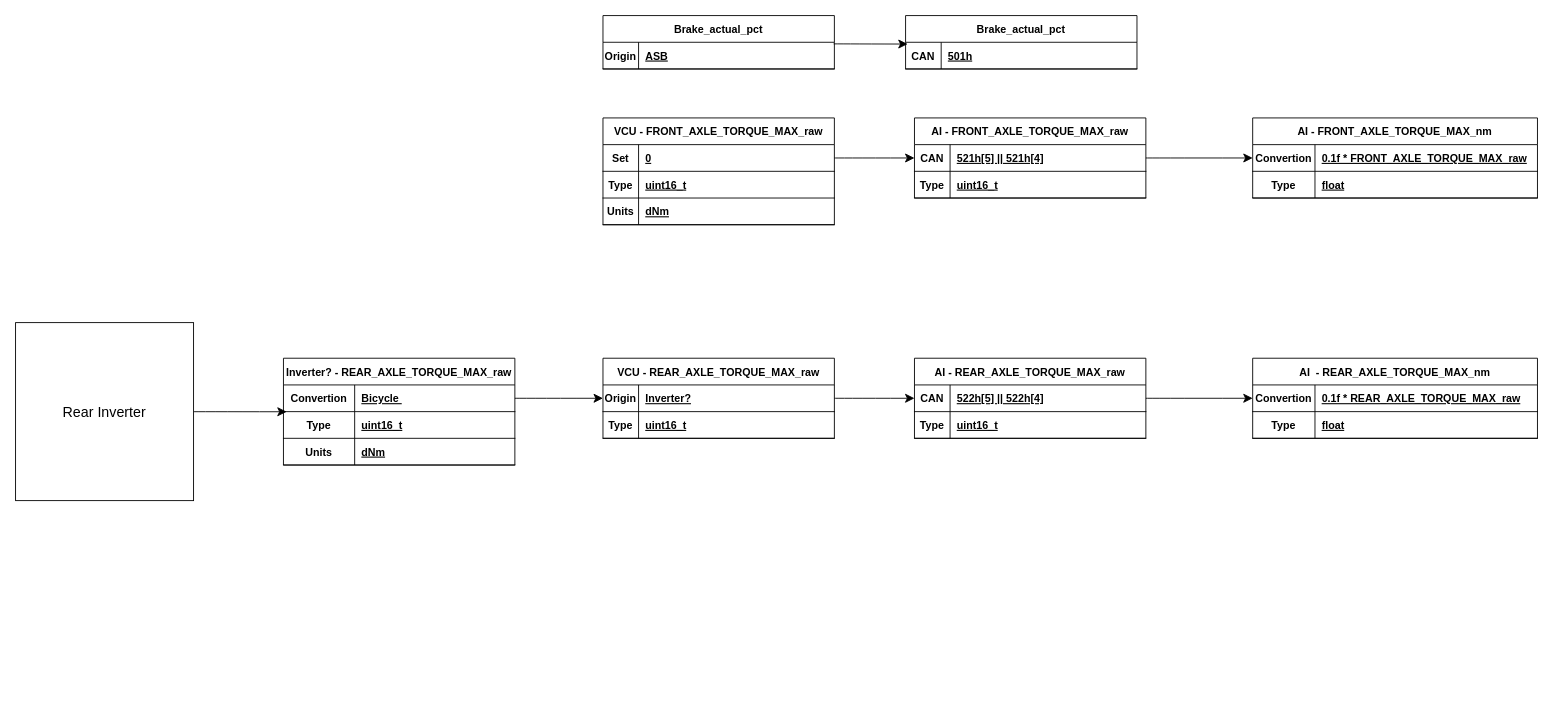
This is VCUFlowchart.drawio from swpinkerton/UGR-ASSI-function-for-Vehicle-control-unit-with-tests, a draw.io file, before an edit. Source tidied: cells renumbered, new cells numbered last; positions are measured from the earlier drawing's top-left corner, leaving out a move shared by most shapes. Both pictures are drawn from the tidied source at 89%, with x=0, y=0 at pixel (15, 15).
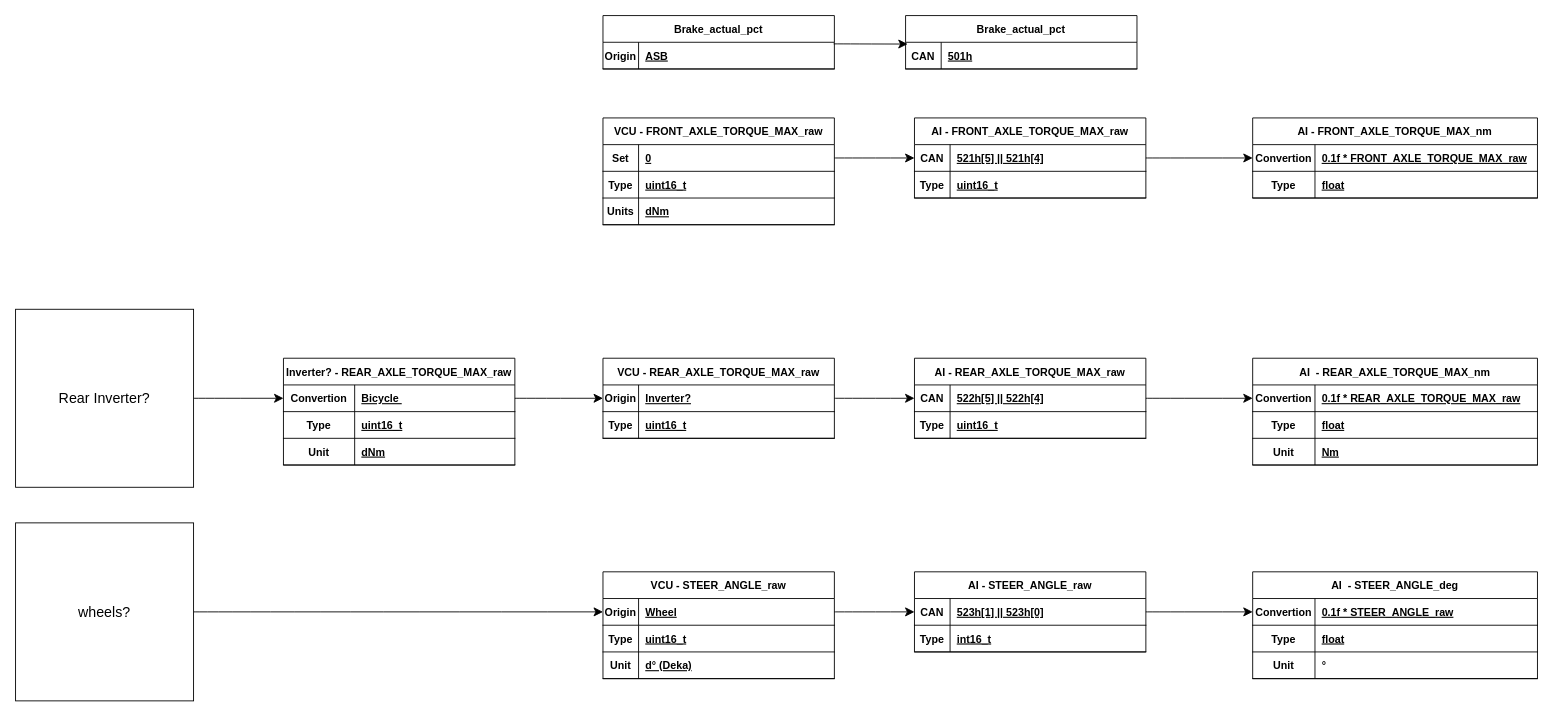
After the change.

Unchanged cells that the change refers to:
```xml
<mxCell id="61" style="shape=partialRectangle;fillColor=none;points=[[0,0.5],[1,0.5]];portConstraint=eastwest;top=0;left=0;right=0;bottom=1;" parent="60" vertex="1">
  <mxGeometry y="30" width="260" height="30" as="geometry" />
</mxCell>
<mxCell id="67" style="shape=partialRectangle;fillColor=none;top=0;left=0;right=0;bottom=1;" parent="60" vertex="1">
  <mxGeometry y="90" width="260" height="30" as="geometry" />
</mxCell>
```

The edit, as a diff of the source:
```diff
@@
     <mxCell id="52" value="AI  - REAR_AXLE_TORQUE_MAX_nm" style="shape=table;startSize=30;childLayout=tableLayout;rowLines=0;fontStyle=1;align=center;" parent="1" vertex="1">
-      <mxGeometry x="1390" y="385" width="320" height="90" as="geometry" />
+      <mxGeometry x="1390" y="385" width="320" height="120" as="geometry" />
     </mxCell>
@@
+    <mxCell id="73" style="shape=partialRectangle;fillColor=none;top=0;left=0;right=0;bottom=1;" parent="52" vertex="1">
+      <mxGeometry y="90" width="320" height="30" as="geometry" />
+    </mxCell>
+    <mxCell id="74" value="Unit" style="shape=partialRectangle;overflow=hidden;fillColor=none;top=0;left=0;bottom=0;right=0;fontStyle=1;" parent="73" vertex="1">
+      <mxGeometry width="70" height="30" as="geometry" />
+    </mxCell>
+    <mxCell id="75" value="Nm" style="shape=partialRectangle;overflow=hidden;fillColor=none;top=0;left=0;bottom=0;right=0;align=left;spacingLeft=6;fontStyle=5;" parent="73" vertex="1">
+      <mxGeometry x="70" width="250" height="30" as="geometry" />
+    </mxCell>
@@
-    <mxCell id="68" value="Units" style="shape=partialRectangle;overflow=hidden;fillColor=none;top=0;left=0;bottom=0;right=0;fontStyle=1;" parent="67" vertex="1">
+    <mxCell id="68" value="Unit" style="shape=partialRectangle;overflow=hidden;fillColor=none;top=0;left=0;bottom=0;right=0;fontStyle=1;" parent="67" vertex="1">
       <mxGeometry width="80" height="30" as="geometry" />
     </mxCell>
@@
-    <mxCell id="71" style="edgeStyle=none;curved=1;rounded=0;jettySize=auto;html=1;entryX=0.014;entryY=1.005;entryDx=0;entryDy=0;entryPerimeter=0;fontSize=12;startSize=8;endSize=8;" parent="1" edge="1" source="72" target="61">
+    <mxCell id="71" style="edgeStyle=none;curved=1;rounded=0;jettySize=auto;html=1;exitX=1;exitY=0.5;exitDx=0;exitDy=0;entryX=0;entryY=0.5;entryDx=0;entryDy=0;fontSize=12;startSize=8;endSize=8;" parent="1" edge="1" source="72" target="61">
       <mxGeometry relative="1" as="geometry" />
     </mxCell>
-    <mxCell id="72" value="Rear Inverter" style="whiteSpace=wrap;html=1;fontSize=16;" parent="1" vertex="1">
-      <mxGeometry y="345" width="200" height="200" as="geometry" />
+    <mxCell id="72" value="Rear Inverter?" style="whiteSpace=wrap;html=1;fontSize=16;" parent="1" vertex="1">
+      <mxGeometry y="330" width="200" height="200" as="geometry" />
     </mxCell>
+    <mxCell id="76" value="VCU - STEER_ANGLE_raw" style="shape=table;startSize=30;childLayout=tableLayout;rowLines=0;fontStyle=1;align=center;" parent="1" vertex="1">
+      <mxGeometry x="660" y="625" width="260" height="120" as="geometry" />
+    </mxCell>
+    <mxCell id="77" style="shape=partialRectangle;fillColor=none;points=[[0,0.5],[1,0.5]];portConstraint=eastwest;top=0;left=0;right=0;bottom=1;" parent="76" vertex="1">
+      <mxGeometry y="30" width="260" height="30" as="geometry" />
+    </mxCell>
+    <mxCell id="78" value="Origin" style="shape=partialRectangle;overflow=hidden;fillColor=none;top=0;left=0;bottom=0;right=0;fontStyle=1;" parent="77" vertex="1">
+      <mxGeometry width="40" height="30" as="geometry" />
+    </mxCell>
+    <mxCell id="79" value="Wheel" style="shape=partialRectangle;overflow=hidden;fillColor=none;top=0;left=0;bottom=0;right=0;align=left;spacingLeft=6;fontStyle=5;" parent="77" vertex="1">
+      <mxGeometry x="40" width="220" height="30" as="geometry" />
+    </mxCell>
+    <mxCell id="80" style="shape=partialRectangle;fillColor=none;top=0;left=0;right=0;bottom=1;" parent="76" vertex="1">
+      <mxGeometry y="60" width="260" height="30" as="geometry" />
+    </mxCell>
+    <mxCell id="81" value="Type" style="shape=partialRectangle;overflow=hidden;fillColor=none;top=0;left=0;bottom=0;right=0;fontStyle=1;" parent="80" vertex="1">
+      <mxGeometry width="40" height="30" as="geometry" />
+    </mxCell>
+    <mxCell id="82" value="uint16_t" style="shape=partialRectangle;overflow=hidden;fillColor=none;top=0;left=0;bottom=0;right=0;align=left;spacingLeft=6;fontStyle=5;" parent="80" vertex="1">
+      <mxGeometry x="40" width="220" height="30" as="geometry" />
+    </mxCell>
+    <mxCell id="83" style="shape=partialRectangle;fillColor=none;top=0;left=0;right=0;bottom=1;" parent="76" vertex="1">
+      <mxGeometry y="90" width="260" height="30" as="geometry" />
+    </mxCell>
+    <mxCell id="84" value="Unit" style="shape=partialRectangle;overflow=hidden;fillColor=none;top=0;left=0;bottom=0;right=0;fontStyle=1;" parent="83" vertex="1">
+      <mxGeometry width="40" height="30" as="geometry" />
+    </mxCell>
+    <mxCell id="85" value="d° (Deka)" style="shape=partialRectangle;overflow=hidden;fillColor=none;top=0;left=0;bottom=0;right=0;align=left;spacingLeft=6;fontStyle=5;" parent="83" vertex="1">
+      <mxGeometry x="40" width="220" height="30" as="geometry" />
+    </mxCell>
+    <mxCell id="86" value="AI - STEER_ANGLE_raw" style="shape=table;startSize=30;childLayout=tableLayout;rowLines=0;fontStyle=1;align=center;" parent="1" vertex="1">
+      <mxGeometry x="1010" y="625" width="260" height="90" as="geometry" />
+    </mxCell>
+    <mxCell id="87" style="shape=partialRectangle;fillColor=none;points=[[0,0.5],[1,0.5]];portConstraint=eastwest;top=0;left=0;right=0;bottom=1;" parent="86" vertex="1">
+      <mxGeometry y="30" width="260" height="30" as="geometry" />
+    </mxCell>
+    <mxCell id="88" value="CAN" style="shape=partialRectangle;overflow=hidden;fillColor=none;top=0;left=0;bottom=0;right=0;fontStyle=1;" parent="87" vertex="1">
+      <mxGeometry width="40" height="30" as="geometry" />
+    </mxCell>
+    <mxCell id="89" value="523h[1] || 523h[0]" style="shape=partialRectangle;overflow=hidden;fillColor=none;top=0;left=0;bottom=0;right=0;align=left;spacingLeft=6;fontStyle=5;" parent="87" vertex="1">
+      <mxGeometry x="40" width="220" height="30" as="geometry" />
+    </mxCell>
+    <mxCell id="90" style="shape=partialRectangle;fillColor=none;top=0;left=0;right=0;bottom=1;" parent="86" vertex="1">
+      <mxGeometry y="60" width="260" height="30" as="geometry" />
+    </mxCell>
+    <mxCell id="91" value="Type" style="shape=partialRectangle;overflow=hidden;fillColor=none;top=0;left=0;bottom=0;right=0;fontStyle=1;" parent="90" vertex="1">
+      <mxGeometry width="40" height="30" as="geometry" />
+    </mxCell>
+    <mxCell id="92" value="int16_t" style="shape=partialRectangle;overflow=hidden;fillColor=none;top=0;left=0;bottom=0;right=0;align=left;spacingLeft=6;fontStyle=5;" parent="90" vertex="1">
+      <mxGeometry x="40" width="220" height="30" as="geometry" />
+    </mxCell>
+    <mxCell id="93" style="edgeStyle=none;curved=1;rounded=0;jettySize=auto;html=1;entryX=0;entryY=0.5;entryDx=0;entryDy=0;fontSize=12;startSize=8;endSize=8;" parent="1" edge="1" source="77" target="87">
+      <mxGeometry relative="1" as="geometry" />
+    </mxCell>
+    <mxCell id="94" value="AI  - STEER_ANGLE_deg" style="shape=table;startSize=30;childLayout=tableLayout;rowLines=0;fontStyle=1;align=center;" parent="1" vertex="1">
+      <mxGeometry x="1390" y="625" width="320" height="120" as="geometry" />
+    </mxCell>
+    <mxCell id="95" style="shape=partialRectangle;fillColor=none;points=[[0,0.5],[1,0.5]];portConstraint=eastwest;top=0;left=0;right=0;bottom=1;" parent="94" vertex="1">
+      <mxGeometry y="30" width="320" height="30" as="geometry" />
+    </mxCell>
+    <mxCell id="96" value="Convertion" style="shape=partialRectangle;overflow=hidden;fillColor=none;top=0;left=0;bottom=0;right=0;fontStyle=1;" parent="95" vertex="1">
+      <mxGeometry width="70" height="30" as="geometry" />
+    </mxCell>
+    <mxCell id="97" value="0.1f * STEER_ANGLE_raw" style="shape=partialRectangle;overflow=hidden;fillColor=none;top=0;left=0;bottom=0;right=0;align=left;spacingLeft=6;fontStyle=5;" parent="95" vertex="1">
+      <mxGeometry x="70" width="250" height="30" as="geometry" />
+    </mxCell>
+    <mxCell id="98" style="shape=partialRectangle;fillColor=none;top=0;left=0;right=0;bottom=1;" parent="94" vertex="1">
+      <mxGeometry y="60" width="320" height="30" as="geometry" />
+    </mxCell>
+    <mxCell id="99" value="Type" style="shape=partialRectangle;overflow=hidden;fillColor=none;top=0;left=0;bottom=0;right=0;fontStyle=1;" parent="98" vertex="1">
+      <mxGeometry width="70" height="30" as="geometry" />
+    </mxCell>
+    <mxCell id="100" value="float" style="shape=partialRectangle;overflow=hidden;fillColor=none;top=0;left=0;bottom=0;right=0;align=left;spacingLeft=6;fontStyle=5;" parent="98" vertex="1">
+      <mxGeometry x="70" width="250" height="30" as="geometry" />
+    </mxCell>
+    <mxCell id="101" style="shape=partialRectangle;fillColor=none;top=0;left=0;right=0;bottom=1;" parent="94" vertex="1">
+      <mxGeometry y="90" width="320" height="30" as="geometry" />
+    </mxCell>
+    <mxCell id="102" value="Unit" style="shape=partialRectangle;overflow=hidden;fillColor=none;top=0;left=0;bottom=0;right=0;fontStyle=1;" parent="101" vertex="1">
+      <mxGeometry width="70" height="30" as="geometry" />
+    </mxCell>
+    <mxCell id="103" value="°" style="shape=partialRectangle;overflow=hidden;fillColor=none;top=0;left=0;bottom=0;right=0;align=left;spacingLeft=6;fontStyle=1;" parent="101" vertex="1">
+      <mxGeometry x="70" width="250" height="30" as="geometry" />
+    </mxCell>
+    <mxCell id="104" style="edgeStyle=none;curved=1;rounded=0;jettySize=auto;html=1;entryX=0;entryY=0.5;entryDx=0;entryDy=0;fontSize=12;startSize=8;endSize=8;" parent="1" edge="1" source="87" target="95">
+      <mxGeometry relative="1" as="geometry" />
+    </mxCell>
+    <mxCell id="105" style="edgeStyle=none;curved=1;rounded=0;jettySize=auto;html=1;exitX=1;exitY=0.5;exitDx=0;exitDy=0;fontSize=12;startSize=8;endSize=8;" parent="1" edge="1" source="106" target="77">
+      <mxGeometry relative="1" as="geometry" />
+    </mxCell>
+    <mxCell id="106" value="wheels?" style="whiteSpace=wrap;html=1;fontSize=16;" parent="1" vertex="1">
+      <mxGeometry y="570" width="200" height="200" as="geometry" />
+    </mxCell>
```
